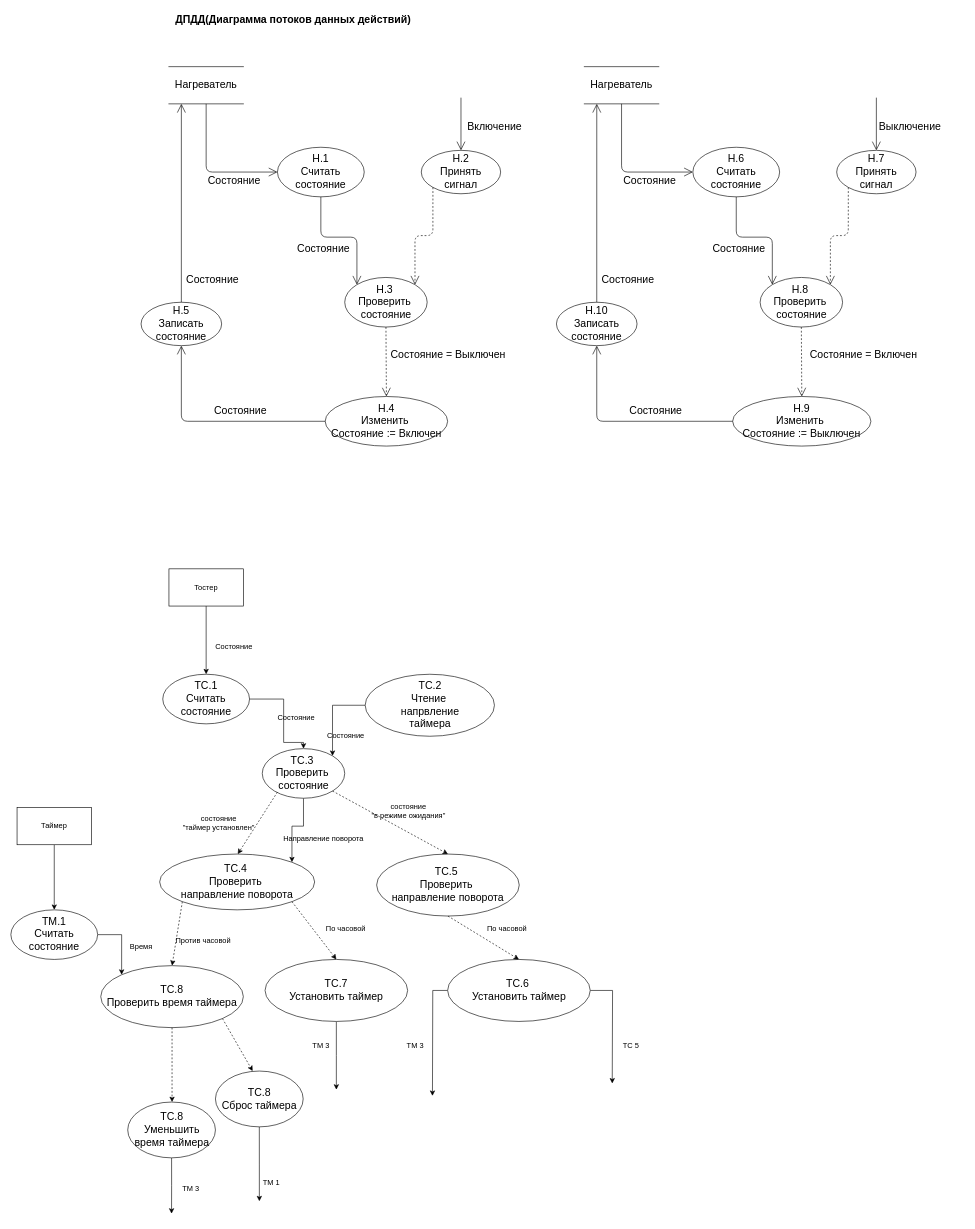
The draw.io diagram page "ДПДД" (4 of 5) of lab_05/Тостер.drawio in xanderkov/ics7-OOP, before the edit. Source tidied: cells renumbered, new cells numbered last; positions are measured from the earlier drawing's top-left corner, leaving out a move shared by most shapes. Both pictures are drawn from the tidied source at 62%, with x=0, y=0 at pixel (11, 11).
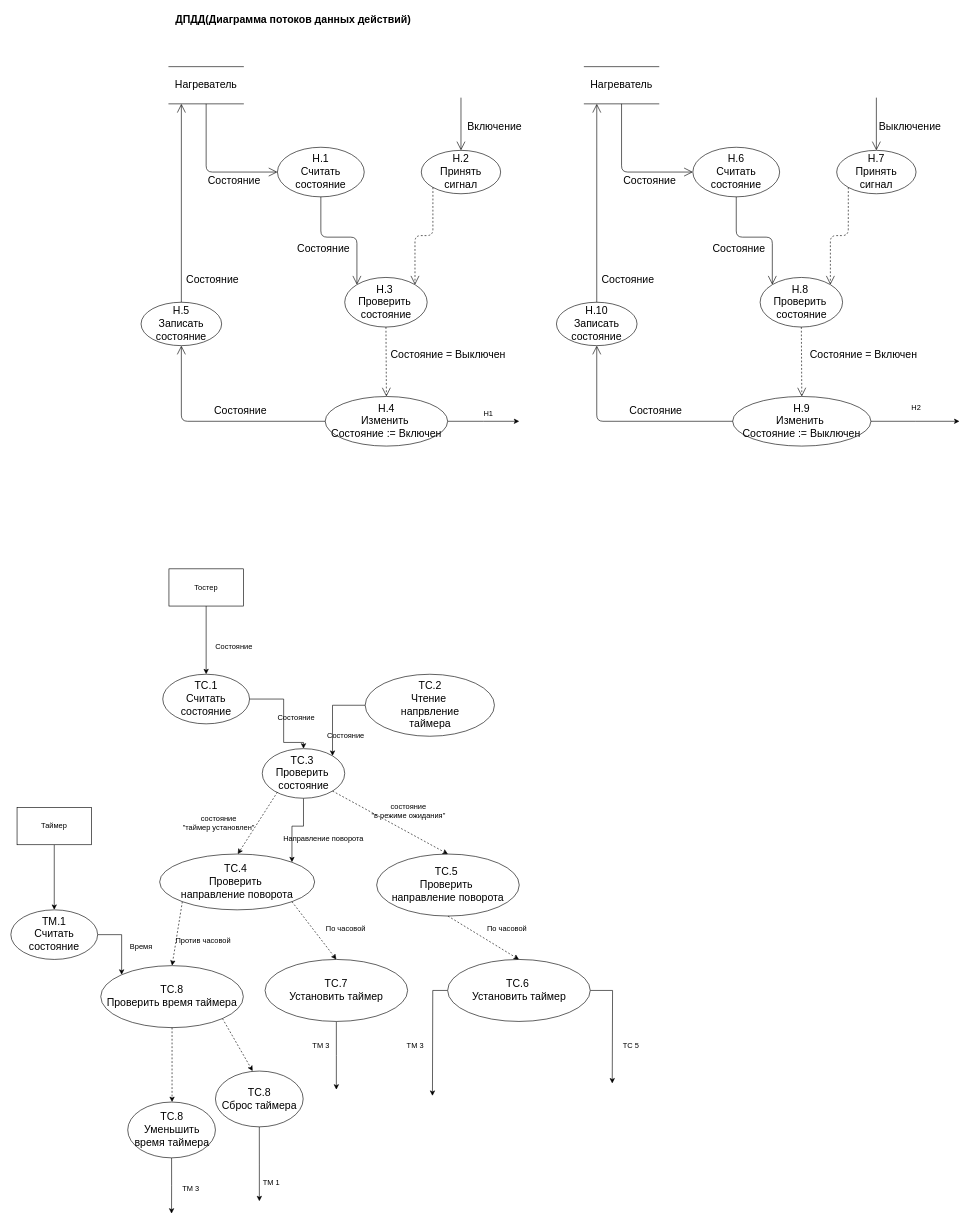
The same diagram, later.

The change refers to these unchanged cells:
```xml
<mxCell id="9" value="Н.4&lt;br&gt;Изменить&amp;nbsp;&lt;br&gt;Состояние := Включен" style="ellipse;whiteSpace=wrap;html=1;align=center;fontSize=17;" parent="1" vertex="1">
  <mxGeometry x="507" y="622" width="197.5" height="80" as="geometry" />
</mxCell>
<mxCell id="28" value="Н.9&lt;br&gt;Изменить&amp;nbsp;&lt;br&gt;Состояние := Выключен" style="ellipse;whiteSpace=wrap;html=1;align=center;fontSize=17;" parent="1" vertex="1">
  <mxGeometry x="1164.2" y="622" width="223" height="80" as="geometry" />
</mxCell>
```

Change to the diagram source:
```diff
@@
+    <mxCell id="87" style="edgeStyle=orthogonalEdgeStyle;rounded=0;jettySize=auto;html=1;" parent="1" edge="1" source="9">
+      <mxGeometry relative="1" as="geometry">
+        <mxPoint x="820" y="662" as="targetPoint" />
+      </mxGeometry>
+    </mxCell>
@@
+    <mxCell id="88" style="edgeStyle=orthogonalEdgeStyle;rounded=0;jettySize=auto;html=1;" parent="1" edge="1" source="28">
+      <mxGeometry relative="1" as="geometry">
+        <mxPoint x="1530" y="662" as="targetPoint" />
+      </mxGeometry>
+    </mxCell>
@@
+    <mxCell id="89" value="H1" style="text;html=1;align=center;verticalAlign=middle;strokeColor=none;fillColor=none;" parent="1" vertex="1">
+      <mxGeometry x="755" y="640" width="30" height="20" as="geometry" />
+    </mxCell>
+    <mxCell id="90" value="H2" style="text;html=1;align=center;verticalAlign=middle;strokeColor=none;fillColor=none;" parent="1" vertex="1">
+      <mxGeometry x="1445" y="630" width="30" height="20" as="geometry" />
+    </mxCell>
```
